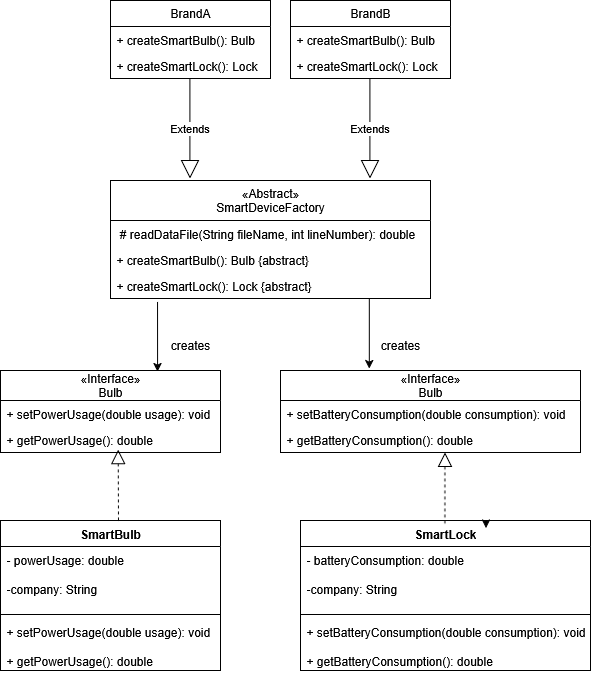
Earlier version of the draw.io export Assign1UML.drawio.png (Software-Architecture-Tut-38/Assign1). Source tidied: cells renumbered, new cells last; positions are measured from the earlier drawing's top-left corner, leaving out a move shared by most shapes.
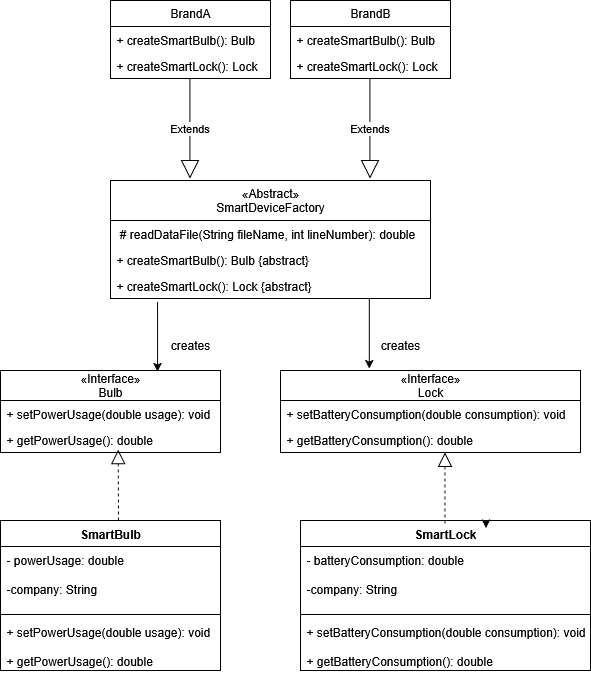
Above is the later version.

Commit message:
Fixed typo in UML diag

The edit, as a diff of the source:
```diff
@@ -53,7 +53,7 @@
     <mxCell id="16" value="+ getPowerUsage(): double" style="text;strokeColor=none;fillColor=none;align=left;verticalAlign=top;spacingLeft=4;spacingRight=4;overflow=hidden;points=[[0,0.5],[1,0.5]];portConstraint=eastwest;whiteSpace=wrap;html=1;" parent="14" vertex="1">
       <mxGeometry y="56" width="220" height="26" as="geometry" />
     </mxCell>
-    <mxCell id="17" value="&lt;div&gt;&lt;span style=&quot;color: rgba(0, 0, 0, 0); font-family: monospace; font-size: 0px; text-align: start; text-wrap-mode: nowrap;&quot;&gt;&lt;span style=&quot;background-color: transparent; color: light-dark(rgb(0, 0, 0), rgb(255, 255, 255)); font-family: Helvetica; font-size: 12px; text-align: center; text-wrap-mode: wrap;&quot;&gt;«Interface»&lt;/span&gt;3CmxGraphModel%3E%3Croot%3E%3CmxCell%20id%3D%220%22%2F%3E%3CmxCell%20id%3D%221%22%20parent%3D%220%22%2F%3E%3CmxCell%20id%3D%222%22%20value%3D%22Classname%22%20style%3D%22swimlane%3BfontStyle%3D0%3BchildLayout%3DstackLayout%3Bhorizontal%3D1%3BstartSize%3D26%3BfillColor%3Dnone%3BhorizontalStack%3D0%3BresizeParent%3D1%3BresizeParentMax%3D0%3BresizeLast%3D0%3Bcollapsible%3D1%3BmarginBottom%3D0%3BwhiteSpace%3Dwrap%3Bhtml%3D1%3B%22%20vertex%3D%221%22%20parent%3D%221%22%3E%3CmxGeometry%20x%3D%22190%22%20y%3D%22410%22%20width%3D%22140%22%20height%3D%2278%22%20as%3D%22geometry%22%2F%3E%3C%2FmxCell%3E%3CmxCell%20id%3D%223%22%20value%3D%22%2B%20field%3A%20type%22%20style%3D%22text%3BstrokeColor%3Dnone%3BfillColor%3Dnone%3Balign%3Dleft%3BverticalAlign%3Dtop%3BspacingLeft%3D4%3BspacingRight%3D4%3Boverflow%3Dhidden%3Brotatable%3D0%3Bpoints%3D%5B%5B0%2C0.5%5D%2C%5B1%2C0.5%5D%5D%3BportConstraint%3Deastwest%3BwhiteSpace%3Dwrap%3Bhtml%3D1%3B%22%20vertex%3D%221%22%20parent%3D%222%22%3E%3CmxGeometry%20y%3D%2226%22%20width%3D%22140%22%20height%3D%2226%22%20as%3D%22geometry%22%2F%3E%3C%2FmxCell%3E%3CmxCell%20id%3D%224%22%20value%3D%22%2B%20field%3A%20type%22%20style%3D%22text%3BstrokeColor%3Dnone%3BfillColor%3Dnone%3Balign%3Dleft%3BverticalAlign%3Dtop%3BspacingLeft%3D4%3BspacingRight%3D4%3Boverflow%3Dhidden%3Brotatable%3D0%3Bpoints%3D%5B%5B0%2C0.5%5D%2C%5B1%2C0.5%5D%5D%3BportConstraint%3Deastwest%3BwhiteSpace%3Dwrap%3Bhtml%3D1%3B%22%20vertex%3D%221%22%20parent%3D%222%22%3E%3CmxGeometry%20y%3D%2252%22%20width%3D%22140%22%20height%3D%2226%22%20as%3D%22geometry%22%2F%3E%3C%2FmxCell%3E%3C%2Froot%3E%3C%2FmxGraphModel%3E&lt;/span&gt;&lt;/div&gt;Bulb" style="swimlane;fontStyle=0;horizontal=1;startSize=30;fillColor=none;whiteSpace=wrap;html=1;" parent="1" vertex="1">
+    <mxCell id="17" value="&lt;div&gt;&lt;span style=&quot;color: rgba(0, 0, 0, 0); font-family: monospace; font-size: 0px; text-align: start; text-wrap-mode: nowrap;&quot;&gt;&lt;span style=&quot;background-color: transparent; color: light-dark(rgb(0, 0, 0), rgb(255, 255, 255)); font-family: Helvetica; font-size: 12px; text-align: center; text-wrap-mode: wrap;&quot;&gt;«Interface»&lt;/span&gt;3CmxGraphModel%3E%3Croot%3E%3CmxCell%20id%3D%220%22%2F%3E%3CmxCell%20id%3D%221%22%20parent%3D%220%22%2F%3E%3CmxCell%20id%3D%222%22%20value%3D%22Classname%22%20style%3D%22swimlane%3BfontStyle%3D0%3BchildLayout%3DstackLayout%3Bhorizontal%3D1%3BstartSize%3D26%3BfillColor%3Dnone%3BhorizontalStack%3D0%3BresizeParent%3D1%3BresizeParentMax%3D0%3BresizeLast%3D0%3Bcollapsible%3D1%3BmarginBottom%3D0%3BwhiteSpace%3Dwrap%3Bhtml%3D1%3B%22%20vertex%3D%221%22%20parent%3D%221%22%3E%3CmxGeometry%20x%3D%22190%22%20y%3D%22410%22%20width%3D%22140%22%20height%3D%2278%22%20as%3D%22geometry%22%2F%3E%3C%2FmxCell%3E%3CmxCell%20id%3D%223%22%20value%3D%22%2B%20field%3A%20type%22%20style%3D%22text%3BstrokeColor%3Dnone%3BfillColor%3Dnone%3Balign%3Dleft%3BverticalAlign%3Dtop%3BspacingLeft%3D4%3BspacingRight%3D4%3Boverflow%3Dhidden%3Brotatable%3D0%3Bpoints%3D%5B%5B0%2C0.5%5D%2C%5B1%2C0.5%5D%5D%3BportConstraint%3Deastwest%3BwhiteSpace%3Dwrap%3Bhtml%3D1%3B%22%20vertex%3D%221%22%20parent%3D%222%22%3E%3CmxGeometry%20y%3D%2226%22%20width%3D%22140%22%20height%3D%2226%22%20as%3D%22geometry%22%2F%3E%3C%2FmxCell%3E%3CmxCell%20id%3D%224%22%20value%3D%22%2B%20field%3A%20type%22%20style%3D%22text%3BstrokeColor%3Dnone%3BfillColor%3Dnone%3Balign%3Dleft%3BverticalAlign%3Dtop%3BspacingLeft%3D4%3BspacingRight%3D4%3Boverflow%3Dhidden%3Brotatable%3D0%3Bpoints%3D%5B%5B0%2C0.5%5D%2C%5B1%2C0.5%5D%5D%3BportConstraint%3Deastwest%3BwhiteSpace%3Dwrap%3Bhtml%3D1%3B%22%20vertex%3D%221%22%20parent%3D%222%22%3E%3CmxGeometry%20y%3D%2252%22%20width%3D%22140%22%20height%3D%2226%22%20as%3D%22geometry%22%2F%3E%3C%2FmxCell%3E%3C%2Froot%3E%3C%2FmxGraphModel%3E&lt;/span&gt;&lt;/div&gt;Lock" style="swimlane;fontStyle=0;horizontal=1;startSize=30;fillColor=none;whiteSpace=wrap;html=1;" parent="1" vertex="1">
       <mxGeometry x="280" y="370" width="300" height="82" as="geometry" />
     </mxCell>
     <mxCell id="18" value="+&amp;nbsp;setBatteryConsumption(double consumption): void" style="text;strokeColor=none;fillColor=none;align=left;verticalAlign=top;spacingLeft=4;spacingRight=4;overflow=hidden;whiteSpace=wrap;html=1;" parent="17" vertex="1">
```
